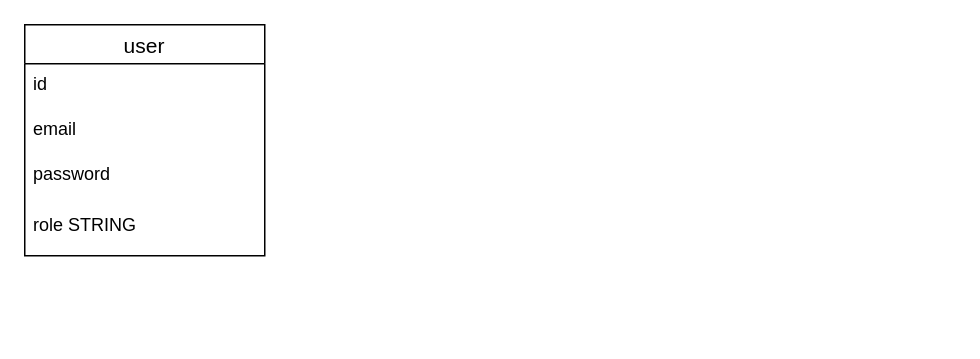
BethRBZ/Neuro-5-lab- keeps this draw.io diagram as DB maket.drawio. Above is the earlier version. Source tidied: cells renumbered, new cells numbered last; positions are measured from the earlier drawing's top-left corner, leaving out a move shared by most shapes. Both pictures are drawn from the tidied source at 150%, with x=0, y=0 at pixel (24, 24).
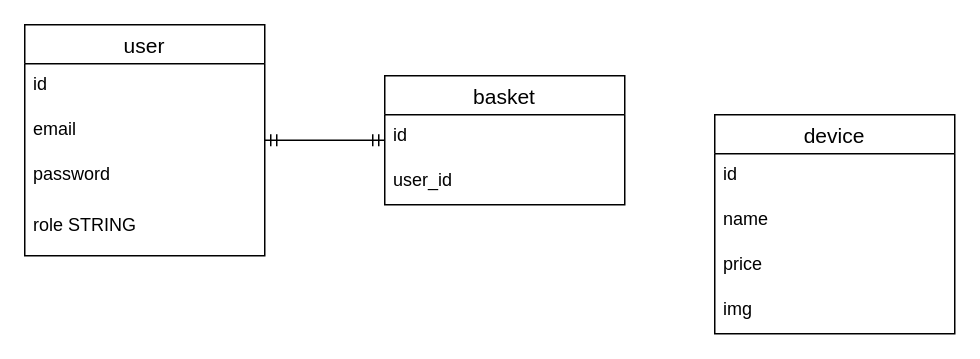
The same diagram, later.

What changed in the source:
```diff
@@
 <mxGraphModel>
   <root>
     <mxCell id="0" />
     <mxCell id="1" parent="0" />
     <mxCell id="2" value="user" style="swimlane;fontStyle=0;horizontal=1;startSize=26;align=center;fontSize=14;" parent="1" vertex="1">
       <mxGeometry width="160" height="154" as="geometry" />
     </mxCell>
     <mxCell id="3" value="id" style="text;strokeColor=none;fillColor=none;spacingLeft=4;spacingRight=4;overflow=hidden;fontSize=12;" parent="2" vertex="1">
       <mxGeometry y="26" width="160" height="30" as="geometry" />
     </mxCell>
     <mxCell id="4" value="email" style="text;strokeColor=none;fillColor=none;spacingLeft=4;spacingRight=4;overflow=hidden;fontSize=12;" parent="2" vertex="1">
       <mxGeometry y="56" width="160" height="30" as="geometry" />
     </mxCell>
     <mxCell id="5" value="password" style="text;strokeColor=none;fillColor=none;spacingLeft=4;spacingRight=4;overflow=hidden;fontSize=12;" parent="2" vertex="1">
       <mxGeometry y="86" width="160" height="34" as="geometry" />
     </mxCell>
     <mxCell id="6" value="role STRING" style="text;strokeColor=none;fillColor=none;spacingLeft=4;spacingRight=4;overflow=hidden;fontSize=12;" parent="2" vertex="1">
       <mxGeometry y="120" width="160" height="34" as="geometry" />
     </mxCell>
+    <mxCell id="7" value="basket" style="swimlane;fontStyle=0;horizontal=1;startSize=26;align=center;fontSize=14;" parent="1" vertex="1">
+      <mxGeometry x="240" y="34" width="160" height="86" as="geometry" />
+    </mxCell>
+    <mxCell id="8" value="id" style="text;strokeColor=none;fillColor=none;spacingLeft=4;spacingRight=4;overflow=hidden;fontSize=12;" parent="7" vertex="1">
+      <mxGeometry y="26" width="160" height="30" as="geometry" />
+    </mxCell>
+    <mxCell id="9" value="user_id" style="text;strokeColor=none;fillColor=none;spacingLeft=4;spacingRight=4;overflow=hidden;fontSize=12;" parent="7" vertex="1">
+      <mxGeometry y="56" width="160" height="30" as="geometry" />
+    </mxCell>
+    <mxCell id="10" style="edgeStyle=entityRelationEdgeStyle;fontSize=12;html=1;endArrow=ERmandOne;startArrow=ERmandOne;rounded=0;" parent="1" edge="1" source="2" target="7">
+      <mxGeometry relative="1" as="geometry" />
+    </mxCell>
+    <mxCell id="11" value="device" style="swimlane;fontStyle=0;horizontal=1;startSize=26;align=center;fontSize=14;" parent="1" vertex="1">
+      <mxGeometry x="460" y="60" width="160" height="146" as="geometry" />
+    </mxCell>
+    <mxCell id="12" value="id" style="text;strokeColor=none;fillColor=none;spacingLeft=4;spacingRight=4;overflow=hidden;fontSize=12;" parent="11" vertex="1">
+      <mxGeometry y="26" width="160" height="30" as="geometry" />
+    </mxCell>
+    <mxCell id="13" value="name" style="text;strokeColor=none;fillColor=none;spacingLeft=4;spacingRight=4;overflow=hidden;fontSize=12;" parent="11" vertex="1">
+      <mxGeometry y="56" width="160" height="30" as="geometry" />
+    </mxCell>
+    <mxCell id="14" value="price" style="text;strokeColor=none;fillColor=none;spacingLeft=4;spacingRight=4;overflow=hidden;fontSize=12;" parent="11" vertex="1">
+      <mxGeometry y="86" width="160" height="30" as="geometry" />
+    </mxCell>
+    <mxCell id="15" value="img" style="text;strokeColor=none;fillColor=none;spacingLeft=4;spacingRight=4;overflow=hidden;fontSize=12;" parent="11" vertex="1">
+      <mxGeometry y="116" width="160" height="30" as="geometry" />
+    </mxCell>
   </root>
 </mxGraphModel>
```
